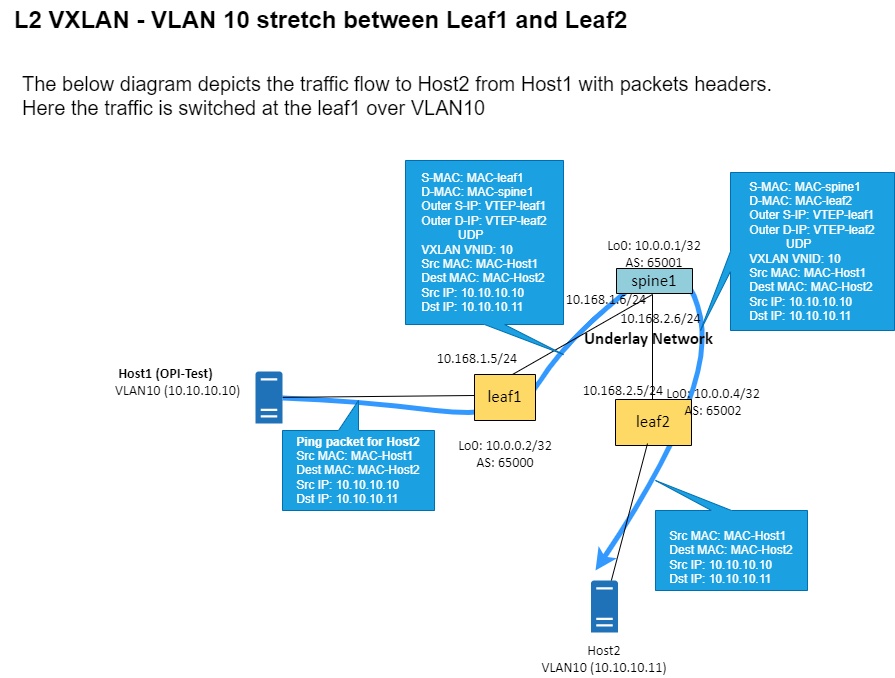
Above: OPI-EVPN-L2-VXLAN.png in opiproject/opi-evpn-bridge (draw.io), before the change. Source tidied: cells renumbered, new cells last; positions are measured from the earlier drawing's top-left corner, leaving out a move shared by most shapes.
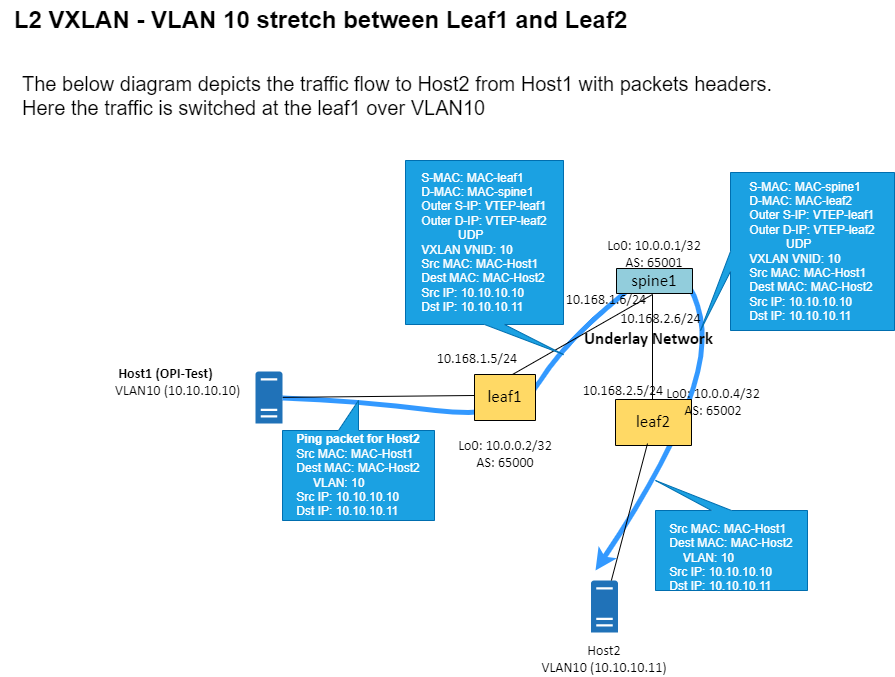
After the commit.

Diff of the diagram source:
```diff
@@ -88,8 +88,8 @@
     <mxCell id="24" value="&lt;div style=&quot;&quot;&gt;&lt;font face=&quot;Calibri&quot;&gt;&lt;span style=&quot;font-size: 14.11px;&quot;&gt;Host2 &lt;br&gt;VLAN10 (10.10.10.11)&lt;/span&gt;&lt;/font&gt;&lt;/div&gt;" style="verticalAlign=middle;align=center;overflow=width;vsdxID=1020;fillColor=none;gradientColor=none;shape=(stored shape, 160 characters);strokeColor=none;labelBackgroundColor=none;rounded=0;html=1;whiteSpace=wrap;" parent="4" vertex="1">
       <mxGeometry x="421" y="480" width="136" height="37" as="geometry" />
     </mxCell>
-    <mxCell id="25" value="&lt;div style=&quot;border-color: var(--border-color); text-align: left;&quot;&gt;&lt;span style=&quot;border-color: var(--border-color);&quot;&gt;&lt;b&gt;Ping packet for Host2&lt;/b&gt;&lt;/span&gt;&lt;/div&gt;&lt;div style=&quot;border-color: var(--border-color); text-align: left;&quot;&gt;Src MAC: MAC-Host1&lt;/div&gt;&lt;div style=&quot;border-color: var(--border-color); text-align: left;&quot;&gt;Dest MAC: MAC-Host2&lt;/div&gt;&lt;div style=&quot;border-color: var(--border-color); text-align: left;&quot;&gt;Src IP: 10.10.10.10&lt;/div&gt;&lt;div style=&quot;border-color: var(--border-color); text-align: left;&quot;&gt;Dst IP: 10.10.10.11&lt;/div&gt;" style="shape=callout;whiteSpace=wrap;html=1;perimeter=calloutPerimeter;position2=0.5;direction=west;fillColor=#1ba1e2;fontColor=#ffffff;strokeColor=#006EAF;" parent="4" vertex="1">
-      <mxGeometry x="167" y="240" width="152" height="110" as="geometry" />
+    <mxCell id="25" value="&lt;div style=&quot;border-color: var(--border-color); text-align: left;&quot;&gt;&lt;span style=&quot;border-color: var(--border-color);&quot;&gt;&lt;b&gt;Ping packet for Host2&lt;/b&gt;&lt;/span&gt;&lt;/div&gt;&lt;div style=&quot;border-color: var(--border-color); text-align: left;&quot;&gt;Src MAC: MAC-Host1&lt;/div&gt;&lt;div style=&quot;border-color: var(--border-color); text-align: left;&quot;&gt;Dest MAC: MAC-Host2&lt;br&gt;&amp;nbsp; &amp;nbsp; &amp;nbsp;VLAN: 10&lt;/div&gt;&lt;div style=&quot;border-color: var(--border-color); text-align: left;&quot;&gt;Src IP: 10.10.10.10&lt;/div&gt;&lt;div style=&quot;border-color: var(--border-color); text-align: left;&quot;&gt;Dst IP: 10.10.10.11&lt;/div&gt;" style="shape=callout;whiteSpace=wrap;html=1;perimeter=calloutPerimeter;position2=0.5;direction=west;fillColor=#1ba1e2;fontColor=#ffffff;strokeColor=#006EAF;" parent="4" vertex="1">
+      <mxGeometry x="167" y="240" width="152" height="120" as="geometry" />
     </mxCell>
     <mxCell id="26" value="&lt;div style=&quot;border-color: var(--border-color); text-align: left;&quot;&gt;&lt;div style=&quot;border-color: var(--border-color);&quot;&gt;S-MAC: MAC-leaf1&lt;/div&gt;&lt;div style=&quot;border-color: var(--border-color);&quot;&gt;D-MAC: MAC-spine1&lt;/div&gt;&lt;div style=&quot;border-color: var(--border-color);&quot;&gt;Outer S-IP: VTEP-leaf1&lt;/div&gt;&lt;div style=&quot;border-color: var(--border-color);&quot;&gt;Outer D-IP: VTEP-leaf2&lt;/div&gt;&lt;div style=&quot;border-color: var(--border-color);&quot;&gt;&amp;nbsp; &amp;nbsp; &amp;nbsp; &amp;nbsp; &amp;nbsp; &amp;nbsp;UDP&lt;/div&gt;&lt;div style=&quot;border-color: var(--border-color);&quot;&gt;VXLAN VNID: 10&lt;/div&gt;&lt;div style=&quot;border-color: var(--border-color);&quot;&gt;Src MAC: MAC-Host1&lt;/div&gt;&lt;div style=&quot;border-color: var(--border-color);&quot;&gt;Dest MAC: MAC-Host2&lt;/div&gt;&lt;div style=&quot;border-color: var(--border-color);&quot;&gt;Src IP: 10.10.10.10&lt;/div&gt;&lt;div style=&quot;border-color: var(--border-color);&quot;&gt;Dst IP: 10.10.10.11&lt;/div&gt;&lt;/div&gt;" style="shape=callout;whiteSpace=wrap;html=1;perimeter=calloutPerimeter;position2=1;fillStyle=auto;fillColor=#1ba1e2;strokeColor=#006EAF;fontColor=#ffffff;" parent="4" vertex="1">
       <mxGeometry x="290" width="158" height="194" as="geometry" />
@@ -97,7 +97,7 @@
     <mxCell id="27" value="&lt;div style=&quot;border-color: var(--border-color); text-align: left;&quot;&gt;&lt;div style=&quot;border-color: var(--border-color);&quot;&gt;S-MAC: MAC-spine1&lt;/div&gt;&lt;div style=&quot;border-color: var(--border-color);&quot;&gt;D-MAC: MAC-leaf2&lt;/div&gt;&lt;div style=&quot;border-color: var(--border-color);&quot;&gt;Outer S-IP: VTEP-leaf1&lt;/div&gt;&lt;div style=&quot;border-color: var(--border-color);&quot;&gt;Outer D-IP: VTEP-leaf2&lt;/div&gt;&lt;div style=&quot;border-color: var(--border-color);&quot;&gt;&amp;nbsp; &amp;nbsp; &amp;nbsp; &amp;nbsp; &amp;nbsp; &amp;nbsp;UDP&lt;/div&gt;&lt;div style=&quot;border-color: var(--border-color);&quot;&gt;VXLAN VNID: 10&lt;/div&gt;&lt;div style=&quot;border-color: var(--border-color);&quot;&gt;Src MAC: MAC-Host1&lt;/div&gt;&lt;div style=&quot;border-color: var(--border-color);&quot;&gt;Dest MAC: MAC-Host2&lt;/div&gt;&lt;div style=&quot;border-color: var(--border-color);&quot;&gt;Src IP: 10.10.10.10&lt;/div&gt;&lt;div style=&quot;border-color: var(--border-color);&quot;&gt;Dst IP: 10.10.10.11&lt;/div&gt;&lt;/div&gt;" style="shape=callout;whiteSpace=wrap;html=1;perimeter=calloutPerimeter;position2=1;fillStyle=auto;fillColor=#1ba1e2;strokeColor=#006EAF;fontColor=#ffffff;direction=south;" parent="4" vertex="1">
       <mxGeometry x="585" y="12" width="194" height="158" as="geometry" />
     </mxCell>
-    <mxCell id="28" value="&lt;div style=&quot;border-color: var(--border-color); text-align: left;&quot;&gt;&lt;br&gt;&lt;/div&gt;&lt;div style=&quot;border-color: var(--border-color); text-align: left;&quot;&gt;Src MAC: MAC-Host1&lt;/div&gt;&lt;div style=&quot;border-color: var(--border-color); text-align: left;&quot;&gt;Dest MAC: MAC-Host2&lt;/div&gt;&lt;div style=&quot;border-color: var(--border-color); text-align: left;&quot;&gt;Src IP: 10.10.10.10&lt;/div&gt;&lt;div style=&quot;border-color: var(--border-color); text-align: left;&quot;&gt;Dst IP: 10.10.10.11&lt;/div&gt;" style="shape=callout;whiteSpace=wrap;html=1;perimeter=calloutPerimeter;position2=1;direction=west;fillColor=#1ba1e2;fontColor=#ffffff;strokeColor=#006EAF;" parent="4" vertex="1">
+    <mxCell id="28" value="&lt;div style=&quot;border-color: var(--border-color); text-align: left;&quot;&gt;&lt;br&gt;&lt;/div&gt;&lt;div style=&quot;border-color: var(--border-color); text-align: left;&quot;&gt;Src MAC: MAC-Host1&lt;/div&gt;&lt;div style=&quot;border-color: var(--border-color); text-align: left;&quot;&gt;Dest MAC: MAC-Host2&lt;br&gt;&amp;nbsp; &amp;nbsp; VLAN: 10&lt;/div&gt;&lt;div style=&quot;border-color: var(--border-color); text-align: left;&quot;&gt;Src IP: 10.10.10.10&lt;/div&gt;&lt;div style=&quot;border-color: var(--border-color); text-align: left;&quot;&gt;Dst IP: 10.10.10.11&lt;/div&gt;" style="shape=callout;whiteSpace=wrap;html=1;perimeter=calloutPerimeter;position2=1;direction=west;fillColor=#1ba1e2;fontColor=#ffffff;strokeColor=#006EAF;" parent="4" vertex="1">
       <mxGeometry x="540" y="320" width="152" height="110" as="geometry" />
     </mxCell>
   </root>
```
